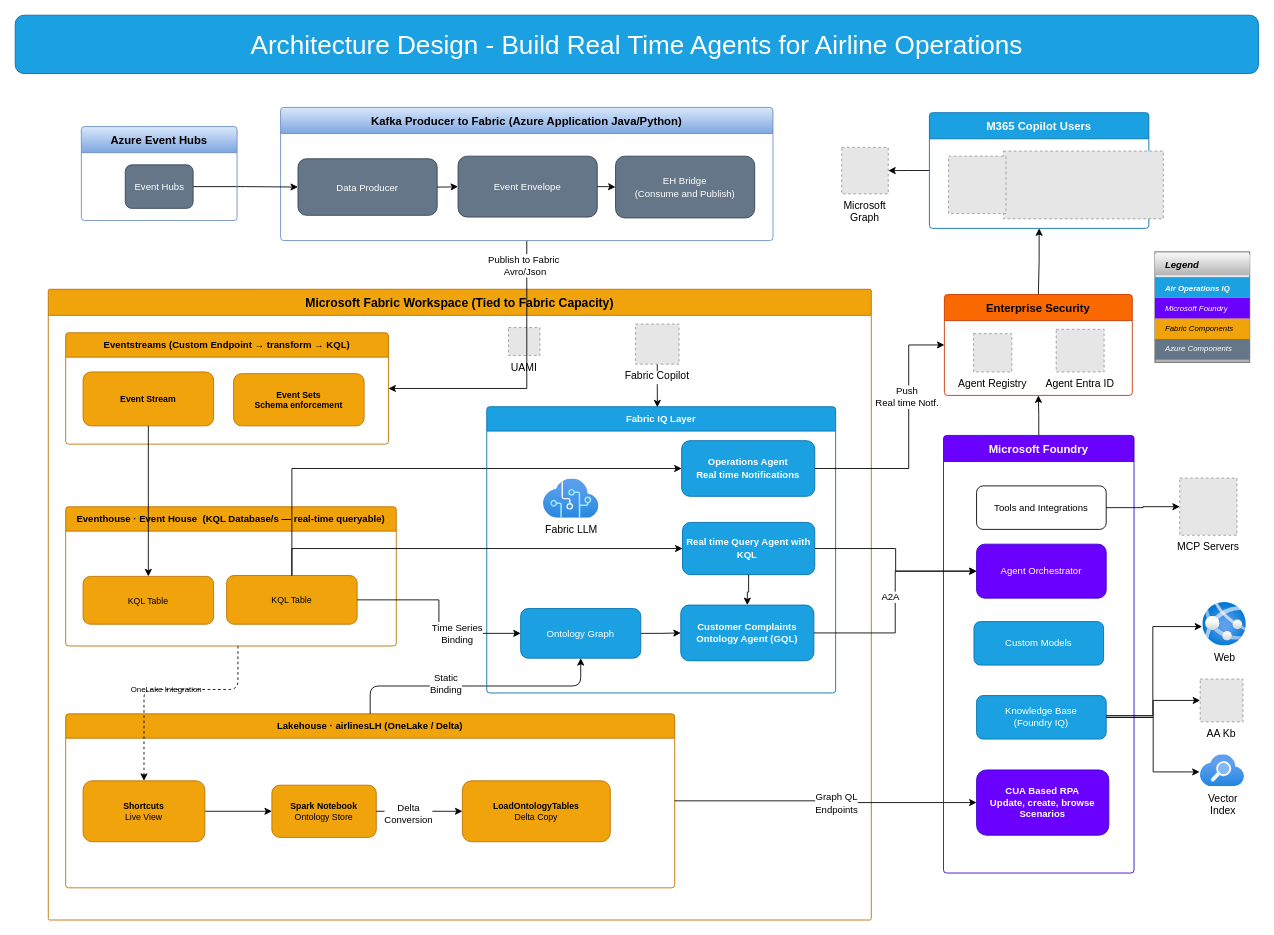
Earlier version of the draw.io diagram fabricarchitecture.drawio (sramayanam/CustComplaints). Source tidied: cells renumbered, new cells numbered last; positions are measured from the earlier drawing's top-left corner, leaving out a move shared by most shapes. Both pictures are drawn from the tidied source at 87%, with x=0, y=0 at pixel (15, 15). Pictures stored in the file or linked from it are replaced by grey dashed boxes.
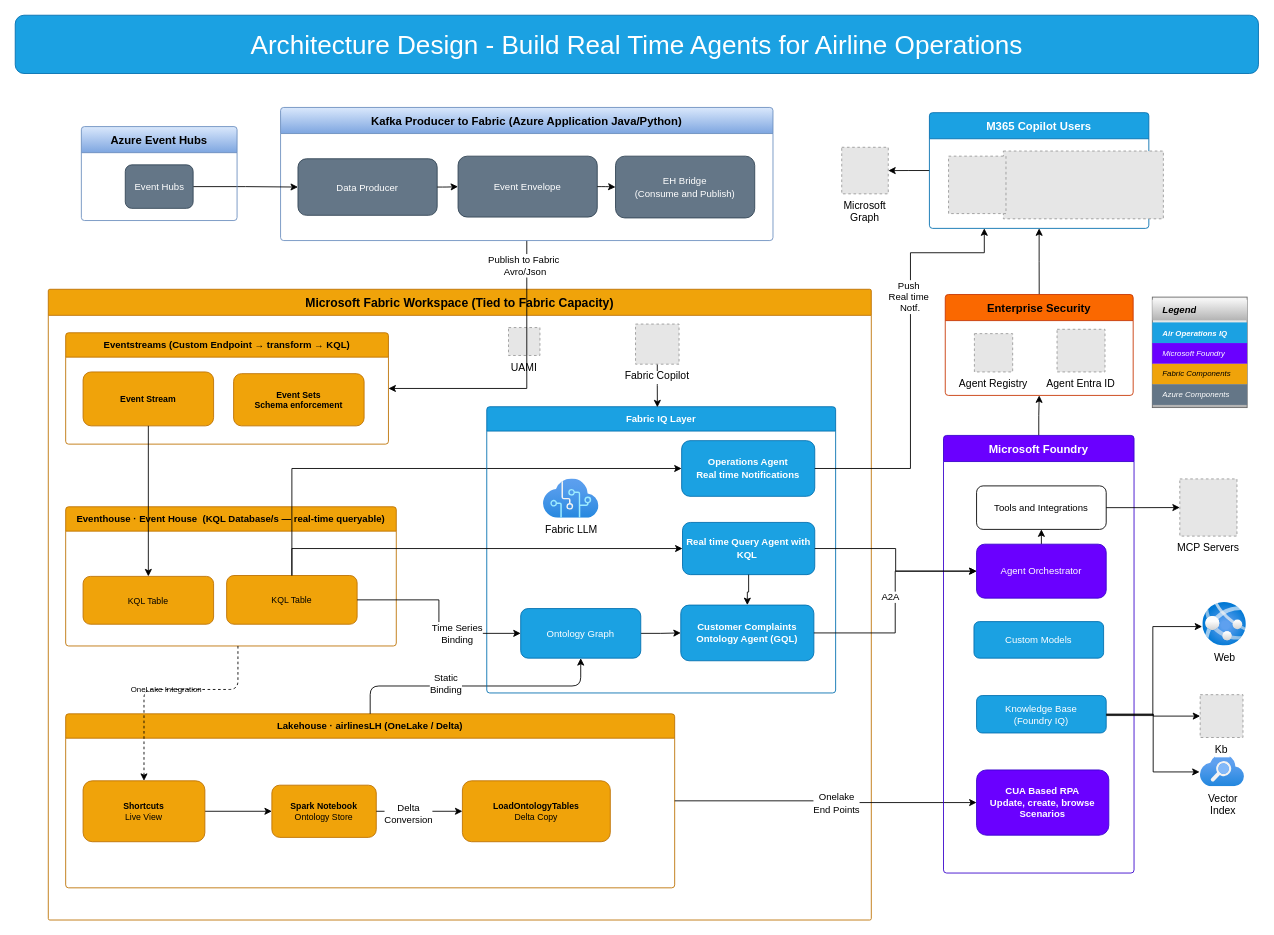
The same diagram, later.

Commit message (it also covers changes not shown here):
Refactor code structure for improved readability and maintainability

The change refers to these unchanged cells:
```xml
<mxCell id="26" value="&lt;b&gt;Operations Agent&lt;/b&gt;&lt;div&gt;&lt;b&gt;Real time Notifications&lt;/b&gt;&lt;/div&gt;" style="rounded=1;html=1;whiteSpace=wrap;strokeColor=#006EAF;fontSize=11;labelBackgroundColor=none;fillColor=#1ba1e2;fontColor=#ffffff;" parent="23" vertex="1">
  <mxGeometry x="224" y="39" width="153" height="64" as="geometry" />
</mxCell>
<mxCell id="49" style="edgeStyle=orthogonalEdgeStyle;rounded=1;labelBackgroundColor=none;fontColor=default;exitX=1;exitY=0.5;exitDx=0;exitDy=0;" parent="1" edge="1" source="10" target="57">
  <mxGeometry relative="1" as="geometry" />
</mxCell>
<mxCell id="52" value="Microsoft Foundry" style="swimlane;startSize=30;fontSize=13;fontStyle=1;rounded=1;arcSize=4;labelBackgroundColor=none;fillColor=#6a00ff;fontColor=#ffffff;strokeColor=#3700CC;" parent="1" vertex="1">
  <mxGeometry x="1067" y="483" width="219" height="503" as="geometry" />
</mxCell>
<mxCell id="54" value="Agent Orchestrator" style="rounded=1;html=1;whiteSpace=wrap;fontSize=11;labelBackgroundColor=none;fillColor=#6a00ff;fontColor=#ffffff;strokeColor=#3700CC;" parent="52" vertex="1">
  <mxGeometry x="38" y="125" width="149" height="62" as="geometry" />
</mxCell>
<mxCell id="55" value="Tools and Integrations" style="rounded=1;html=1;whiteSpace=wrap;fontSize=11;labelBackgroundColor=none;" parent="52" vertex="1">
  <mxGeometry x="38" y="58" width="149" height="50" as="geometry" />
</mxCell>
<mxCell id="63" value="M365 Copilot Users" style="swimlane;startSize=30;fontSize=13;fontStyle=1;rounded=1;arcSize=4;labelBackgroundColor=none;fillColor=#1ba1e2;strokeColor=#006EAF;fontColor=#ffffff;" parent="1" vertex="1">
  <mxGeometry x="1050.8" y="112" width="252.2" height="133" as="geometry" />
</mxCell>
```

Diff of the diagram source:
```diff
@@
-<mxGraphModel>
+<mxGraphModel background="#FFFFFF">
@@
-    <mxCell id="46" style="edgeStyle=orthogonalEdgeStyle;rounded=0;jettySize=auto;html=1;exitX=1;exitY=0.5;exitDx=0;exitDy=0;entryX=0;entryY=0.5;entryDx=0;entryDy=0;startArrow=none;startFill=0;" parent="1" edge="1" source="26" target="70">
+    <mxCell id="46" style="edgeStyle=orthogonalEdgeStyle;rounded=0;jettySize=auto;html=1;exitX=1;exitY=0.5;exitDx=0;exitDy=0;entryX=0.25;entryY=1;entryDx=0;entryDy=0;startArrow=none;startFill=0;" parent="1" edge="1" source="26" target="63">
       <mxGeometry relative="1" as="geometry">
         <Array as="points">
-          <mxPoint x="1027" y="521" />
-          <mxPoint x="1027" y="379" />
+          <mxPoint x="1029" y="521" />
+          <mxPoint x="1029" y="273" />
+          <mxPoint x="1114" y="273" />
         </Array>
       </mxGeometry>
     </mxCell>
-    <mxCell id="47" value="Push&lt;div&gt;Real time Notf.&lt;/div&gt;" style="edgeLabel;html=1;align=center;verticalAlign=middle;" parent="46" vertex="1">
+    <mxCell id="47" value="Push&lt;div&gt;Real time&lt;/div&gt;&lt;div&gt;&amp;nbsp;Notf.&lt;/div&gt;" style="edgeLabel;html=1;align=center;verticalAlign=middle;" parent="46" vertex="1">
       <mxGeometry x="0.31" y="3" relative="1" as="geometry" />
     </mxCell>
@@
-    <mxCell id="50" value="Graph QL&lt;div&gt;Endpoints&lt;/div&gt;" style="edgeLabel;html=1;align=center;verticalAlign=middle;" parent="49" vertex="1">
+    <mxCell id="50" value="Onelake&lt;div&gt;End Points&lt;/div&gt;" style="edgeLabel;html=1;align=center;verticalAlign=middle;" parent="49" vertex="1">
       <mxGeometry x="0.07" relative="1" as="geometry" />
     </mxCell>
@@
-    <mxCell id="53" value="Knowledge Base&lt;div&gt;(Foundry IQ)&lt;/div&gt;" style="rounded=1;html=1;whiteSpace=wrap;fontSize=11;labelBackgroundColor=none;fillColor=#1ba1e2;fontColor=#ffffff;strokeColor=#006EAF;" parent="52" vertex="1">
-      <mxGeometry x="38" y="299" width="149" height="50" as="geometry" />
+    <mxCell id="53" value="Knowledge Base&lt;div&gt;&lt;font style=&quot;color: rgb(255, 255, 255);&quot;&gt;(Foundry IQ)&lt;/font&gt;&lt;/div&gt;" style="rounded=1;html=1;whiteSpace=wrap;fontSize=11;labelBackgroundColor=none;fillColor=#1ba1e2;fontColor=#ffffff;strokeColor=#006EAF;" parent="52" vertex="1">
+      <mxGeometry x="38" y="299" width="149" height="43" as="geometry" />
     </mxCell>
+    <mxCell id="84" style="edgeStyle=none;html=1;exitX=0.5;exitY=0;exitDx=0;exitDy=0;entryX=0.5;entryY=1;entryDx=0;entryDy=0;" parent="52" edge="1" source="54" target="55">
+      <mxGeometry relative="1" as="geometry" />
+    </mxCell>
@@
     <mxCell id="56" value="Custom Models" style="rounded=1;html=1;whiteSpace=wrap;fontSize=11;labelBackgroundColor=none;fillColor=#1ba1e2;fontColor=#ffffff;strokeColor=#006EAF;" parent="52" vertex="1">
-      <mxGeometry x="35" y="214" width="149" height="50" as="geometry" />
+      <mxGeometry x="35" y="214" width="149" height="42" as="geometry" />
     </mxCell>
-    <mxCell id="57" value="&lt;b&gt;CUA Based RPA&lt;/b&gt;&lt;div&gt;&lt;b&gt;Update, create, browse&lt;/b&gt;&lt;/div&gt;&lt;div&gt;&lt;b&gt;Scenarios&lt;/b&gt;&lt;/div&gt;" style="rounded=1;html=1;whiteSpace=wrap;strokeColor=#3700CC;fontSize=11;fillStyle=solid;labelBackgroundColor=none;fillColor=#6a00ff;fontColor=#ffffff;" parent="52" vertex="1">
+    <mxCell id="57" value="&lt;b&gt;&lt;font style=&quot;color: rgb(255, 255, 255);&quot;&gt;CUA Based RPA&lt;/font&gt;&lt;/b&gt;&lt;div&gt;&lt;b&gt;&lt;font style=&quot;color: rgb(255, 255, 255);&quot;&gt;Update, create, browse&lt;/font&gt;&lt;/b&gt;&lt;/div&gt;&lt;div&gt;&lt;b&gt;&lt;font style=&quot;color: rgb(255, 255, 255);&quot;&gt;Scenarios&lt;/font&gt;&lt;/b&gt;&lt;/div&gt;" style="rounded=1;html=1;whiteSpace=wrap;strokeColor=#3700CC;fontSize=11;fillStyle=solid;labelBackgroundColor=none;fillColor=#6a00ff;fontColor=#FFFFFF;" parent="52" vertex="1">
       <mxGeometry x="38" y="384.5" width="152" height="75" as="geometry" />
     </mxCell>
@@
-    <mxCell id="66" value="AA Kb" style="fillColor=#E6E6E6;strokeColor=#999999;dashed=1;verticalLabelPosition=bottom;labelBackgroundColor=default;verticalAlign=top;" parent="1" vertex="1">
-      <mxGeometry x="1362" y="763" width="49.2" height="49.2" as="geometry" />
+    <mxCell id="66" value="Kb" style="fillColor=#E6E6E6;strokeColor=#999999;dashed=1;verticalLabelPosition=bottom;labelBackgroundColor=default;verticalAlign=top;" parent="1" vertex="1">
+      <mxGeometry x="1362" y="781" width="49.2" height="49.2" as="geometry" />
     </mxCell>
     <mxCell id="67" value="MCP Servers" style="fillColor=#E6E6E6;strokeColor=#999999;dashed=1;verticalLabelPosition=bottom;labelBackgroundColor=default;verticalAlign=top;" parent="1" vertex="1">
-      <mxGeometry x="1338.6" y="532" width="65.7" height="65.7" as="geometry" />
+      <mxGeometry x="1338.6" y="533" width="65.7" height="65.7" as="geometry" />
     </mxCell>
@@
     <mxCell id="70" value="Enterprise Security" style="swimlane;startSize=30;fontSize=13;fontStyle=1;rounded=1;arcSize=4;labelBackgroundColor=none;fillColor=#fa6800;strokeColor=#C73500;fontColor=#000000;" parent="1" vertex="1">
-      <mxGeometry x="1068" y="321" width="216" height="116" as="geometry" />
+      <mxGeometry x="1069" y="321" width="216" height="116" as="geometry" />
     </mxCell>
@@
     <mxCell id="78" style="group;fontSize=9;fontStyle=1;rounded=1;fillColor=#f5f5f5;gradientColor=#b3b3b3;strokeColor=#666666;arcSize=0;" parent="1" vertex="1">
-      <mxGeometry x="1310" y="272" width="109" height="127" as="geometry" />
+      <mxGeometry x="1307" y="324" width="109" height="127" as="geometry" />
     </mxCell>
```
